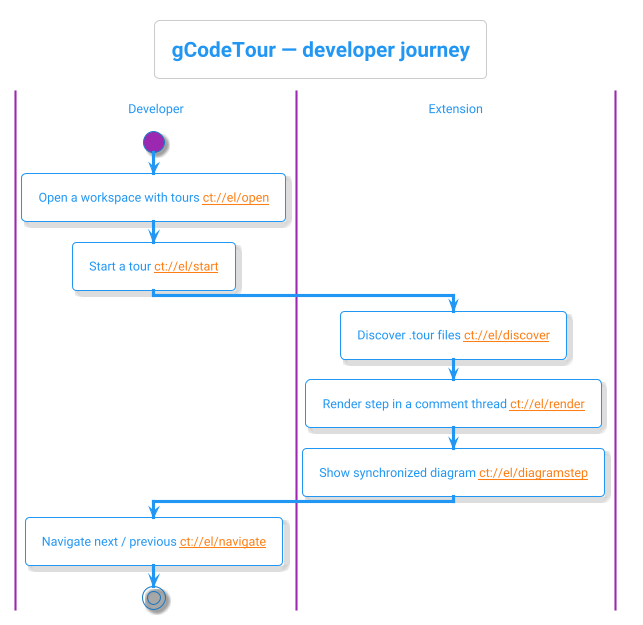
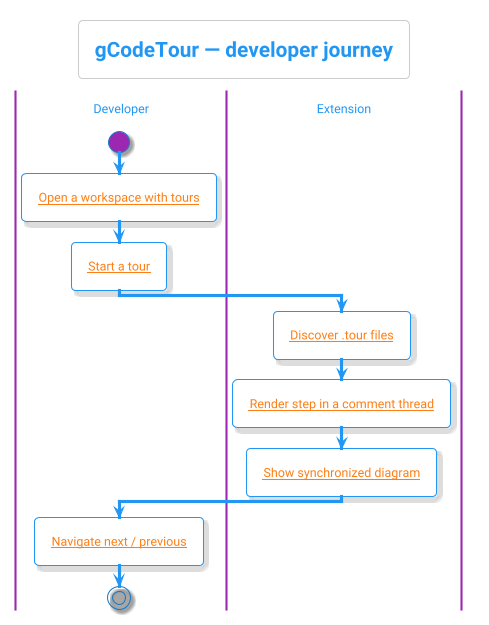
@startuml
- ' Activity swim lane (no Graphviz, no C4 include) of the developer's journey.
- ' Nodes are tagged with [[ct://el/<alias>]]. Render: scripts/render-diagrams.sh
+ ' Developer-journey activity swim lane. Lane declared before start; nodes use the
+ ' label-only link form (see schema.md). Render: skills/gcodetour-author/scripts/render-diagrams.sh
!theme materia-outline
' Opaque background so the diagram reads on any VS Code editor theme (the panel
' background follows the reader's theme; C4 diagrams bake this automatically).
skinparam backgroundColor #FFFFFF
- ' Roboto is vendored into the renderer image and embedded into the SVG.
+ ' Roboto is installed into the renderer image and embedded into the SVG.
skinparam defaultFontName Roboto

title gCodeTour — developer journey

|Developer|
start
- :Open a workspace with tours [[ct://el/open]];
- :Start a tour [[ct://el/start]];
+ :[[ct://el/open Open a workspace with tours]];
+ :[[ct://el/start Start a tour]];
|Extension|
- :Discover .tour files [[ct://el/discover]];
- :Render step in a comment thread [[ct://el/render]];
- :Show synchronized diagram [[ct://el/diagramstep]];
+ :[[ct://el/discover Discover .tour files]];
+ :[[ct://el/render Render step in a comment thread]];
+ :[[ct://el/diagramstep Show synchronized diagram]];
|Developer|
- :Navigate next / previous [[ct://el/navigate]];
+ :[[ct://el/navigate Navigate next / previous]];
stop

@enduml
